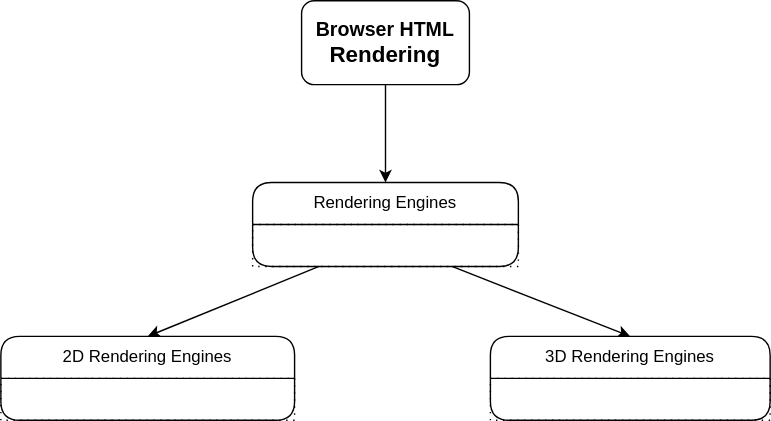
This is browser/browser-rendering.svg from knkrn5/Programming-Concepts, a draw.io export, as it was before one commit. Source tidied: cells renumbered, new cells last; positions are measured from the earlier drawing's top-left corner, leaving out a move shared by most shapes.
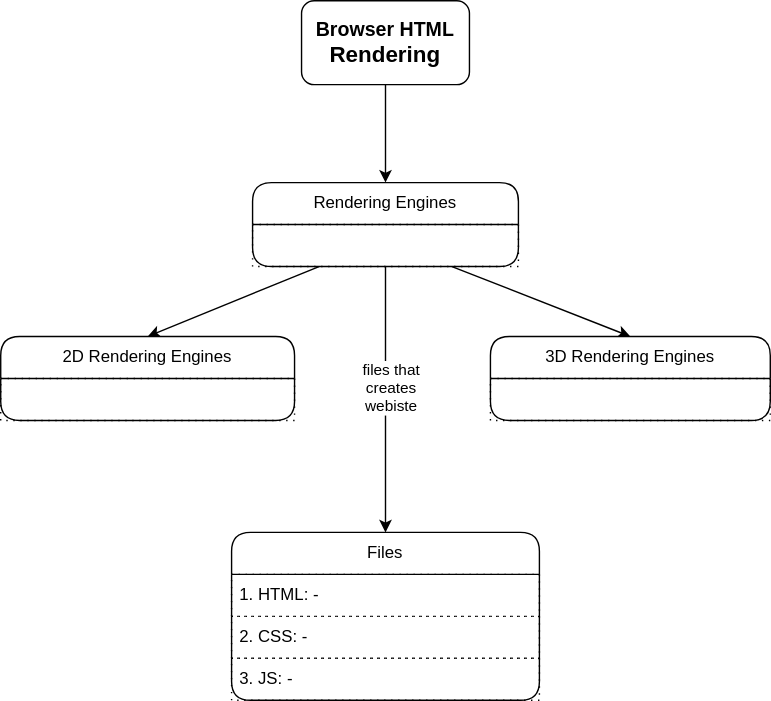
After the change.

Commit message:
Add ReactJS diagram and SVG representation

The edit, as a diff of the source:
```diff
@@ -14,6 +14,12 @@
     <mxCell id="5" style="edgeStyle=none;html=1;exitX=0.75;exitY=1;exitDx=0;exitDy=0;entryX=0.5;entryY=0;entryDx=0;entryDy=0;" parent="1" edge="1" source="6" target="10">
       <mxGeometry relative="1" as="geometry" />
     </mxCell>
+    <mxCell id="12" style="edgeStyle=none;html=1;exitX=0.5;exitY=1;exitDx=0;exitDy=0;entryX=0.5;entryY=0;entryDx=0;entryDy=0;" parent="1" edge="1" source="6" target="14">
+      <mxGeometry relative="1" as="geometry" />
+    </mxCell>
+    <mxCell id="13" value="files that&lt;div&gt;creates&lt;/div&gt;&lt;div&gt;webiste&lt;/div&gt;" style="edgeLabel;html=1;align=center;verticalAlign=middle;" parent="12" vertex="1">
+      <mxGeometry x="-0.1" y="3" relative="1" as="geometry" />
+    </mxCell>
     <mxCell id="6" value="Rendering Engines" style="swimlane;fontStyle=0;horizontal=1;startSize=30;whiteSpace=wrap;html=1;rounded=1;" parent="1" vertex="1">
       <mxGeometry x="180" y="130" width="190" height="60" as="geometry" />
     </mxCell>
@@ -32,5 +38,17 @@
     <mxCell id="11" style="text;strokeColor=default;fillColor=none;align=left;verticalAlign=middle;spacingLeft=4;spacingRight=4;overflow=hidden;whiteSpace=wrap;html=1;dashed=1;dashPattern=1 4;" parent="10" vertex="1">
       <mxGeometry y="30" width="200" height="30" as="geometry" />
     </mxCell>
+    <mxCell id="14" value="Files" style="swimlane;fontStyle=0;horizontal=1;startSize=30;whiteSpace=wrap;html=1;rounded=1;" parent="1" vertex="1">
+      <mxGeometry x="165" y="380" width="220" height="120" as="geometry" />
+    </mxCell>
+    <mxCell id="15" value="1. HTML: -" style="text;strokeColor=default;fillColor=none;align=left;verticalAlign=middle;spacingLeft=4;spacingRight=4;overflow=hidden;whiteSpace=wrap;html=1;dashed=1;dashPattern=1 4;" parent="14" vertex="1">
+      <mxGeometry y="30" width="220" height="30" as="geometry" />
+    </mxCell>
+    <mxCell id="16" value="2. CSS: -" style="text;strokeColor=default;fillColor=none;align=left;verticalAlign=middle;spacingLeft=4;spacingRight=4;overflow=hidden;whiteSpace=wrap;html=1;dashed=1;dashPattern=1 4;" parent="14" vertex="1">
+      <mxGeometry y="60" width="220" height="30" as="geometry" />
+    </mxCell>
+    <mxCell id="17" value="3. JS: -" style="text;strokeColor=default;fillColor=none;align=left;verticalAlign=middle;spacingLeft=4;spacingRight=4;overflow=hidden;whiteSpace=wrap;html=1;dashed=1;dashPattern=1 4;" parent="14" vertex="1">
+      <mxGeometry y="90" width="220" height="30" as="geometry" />
+    </mxCell>
   </root>
 </mxGraphModel>
```
